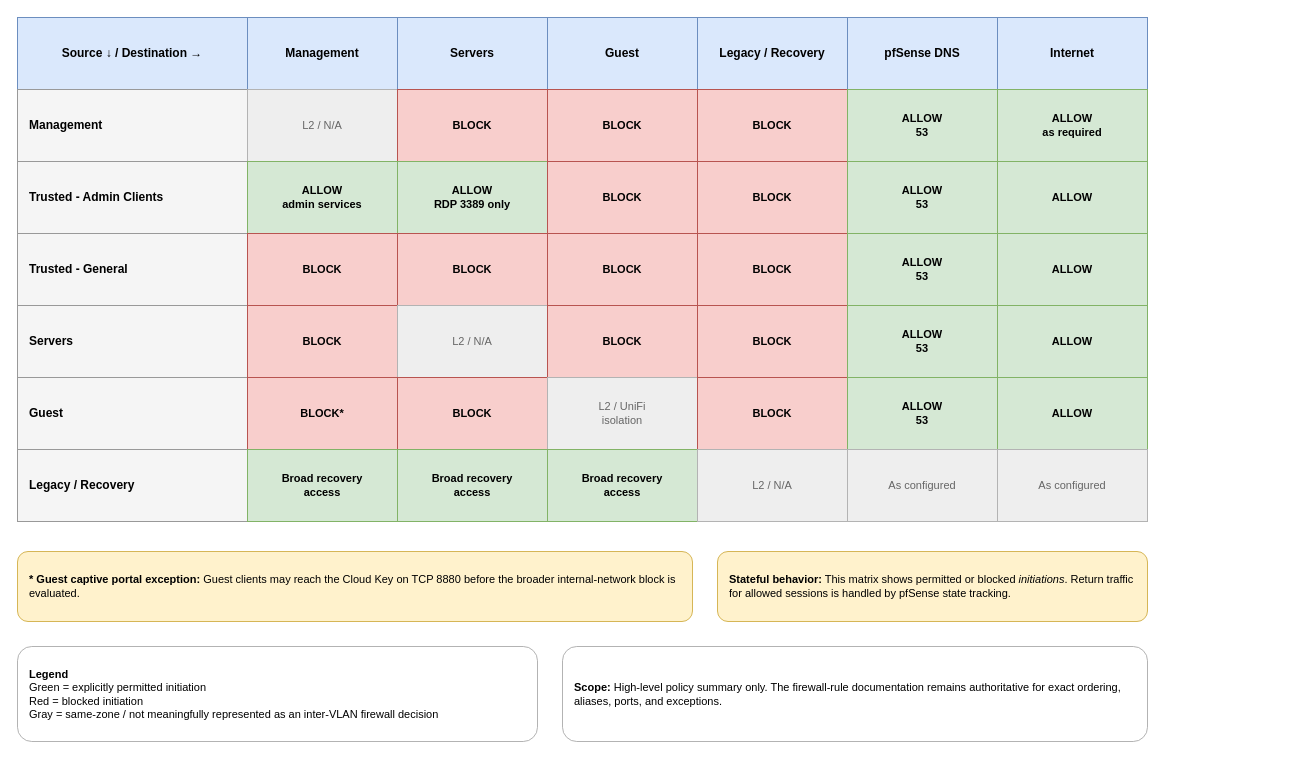
Above: diagrams/security-policy-matrix.drawio in t-corliss/home-network-lab (draw.io), before the change. Source tidied: cells renumbered, new cells numbered last; positions are measured from the earlier drawing's top-left corner, leaving out a move shared by most shapes. Both pictures are drawn from the tidied source at 100%, with x=0, y=0 at pixel (17, 17).
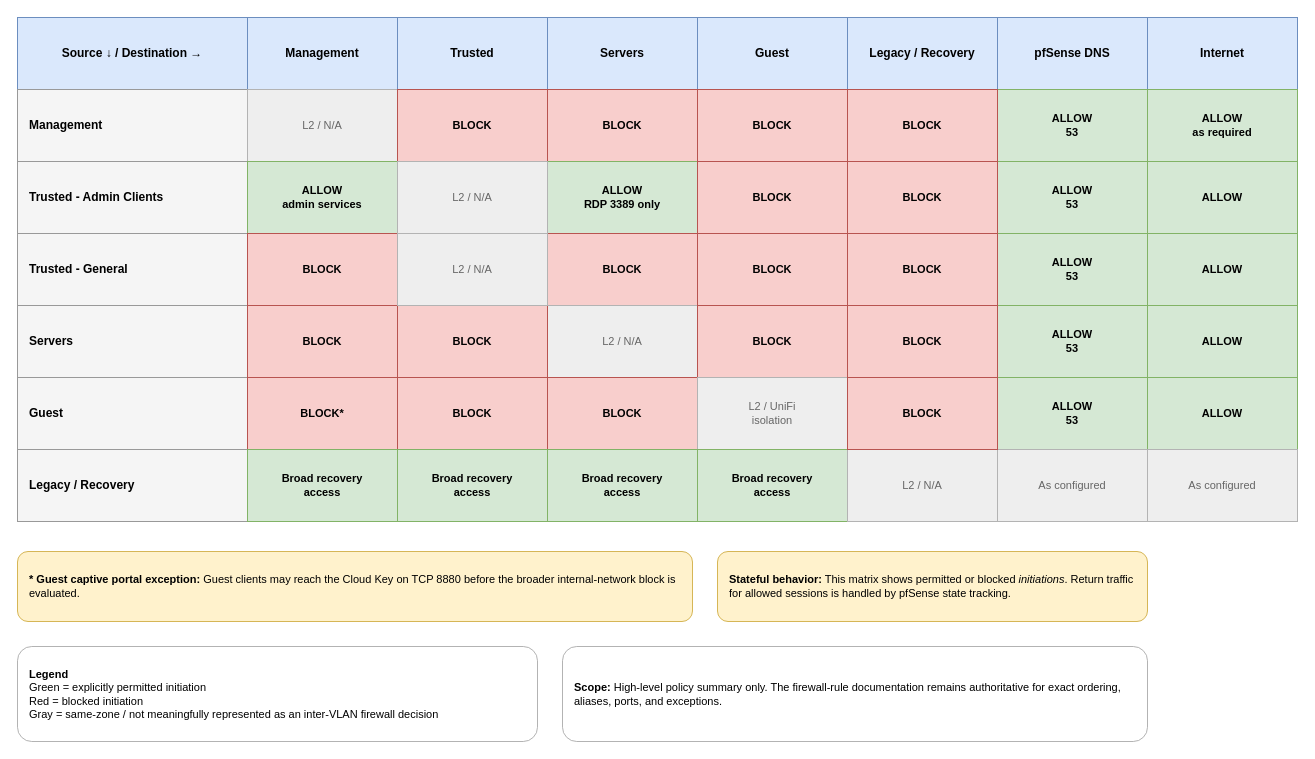
After the change.

Commit message (it also covers changes not shown here):
Correct security matrix

Change to the diagram source:
```diff
@@
     <mxCell id="4" value="Servers" style="rounded=0;whiteSpace=wrap;html=1;align=center;verticalAlign=middle;fontSize=12;fontStyle=1;strokeWidth=1;fillColor=#dae8fc;strokeColor=#6c8ebf;" parent="1" vertex="1">
-      <mxGeometry x="380" width="150" height="72" as="geometry" />
+      <mxGeometry x="530" width="150" height="72" as="geometry" />
     </mxCell>
     <mxCell id="5" value="Guest" style="rounded=0;whiteSpace=wrap;html=1;align=center;verticalAlign=middle;fontSize=12;fontStyle=1;strokeWidth=1;fillColor=#dae8fc;strokeColor=#6c8ebf;" parent="1" vertex="1">
-      <mxGeometry x="530" width="150" height="72" as="geometry" />
+      <mxGeometry x="680" width="150" height="72" as="geometry" />
     </mxCell>
     <mxCell id="6" value="Legacy / Recovery" style="rounded=0;whiteSpace=wrap;html=1;align=center;verticalAlign=middle;fontSize=12;fontStyle=1;strokeWidth=1;fillColor=#dae8fc;strokeColor=#6c8ebf;" parent="1" vertex="1">
-      <mxGeometry x="680" width="150" height="72" as="geometry" />
+      <mxGeometry x="830" width="150" height="72" as="geometry" />
     </mxCell>
     <mxCell id="7" value="pfSense DNS" style="rounded=0;whiteSpace=wrap;html=1;align=center;verticalAlign=middle;fontSize=12;fontStyle=1;strokeWidth=1;fillColor=#dae8fc;strokeColor=#6c8ebf;" parent="1" vertex="1">
-      <mxGeometry x="830" width="150" height="72" as="geometry" />
+      <mxGeometry x="980" width="150" height="72" as="geometry" />
     </mxCell>
-    <mxCell id="8" value="Internet" style="rounded=0;whiteSpace=wrap;html=1;align=center;verticalAlign=middle;fontSize=12;fontStyle=1;strokeWidth=1;fillColor=#dae8fc;strokeColor=#6c8ebf;" parent="1" vertex="1">
-      <mxGeometry x="980" width="150" height="72" as="geometry" />
+    <mxCell id="8" value="Trusted" style="rounded=0;whiteSpace=wrap;html=1;align=center;verticalAlign=middle;fontSize=12;fontStyle=1;strokeWidth=1;fillColor=#dae8fc;strokeColor=#6c8ebf;" parent="1" vertex="1">
+      <mxGeometry x="380" width="150" height="72" as="geometry" />
     </mxCell>
@@
     <mxCell id="11" value="BLOCK" style="rounded=0;whiteSpace=wrap;html=1;align=center;verticalAlign=middle;fontSize=11;fontStyle=1;strokeWidth=1;fillColor=#f8cecc;strokeColor=#b85450;" parent="1" vertex="1">
-      <mxGeometry x="380" y="72" width="150" height="72" as="geometry" />
+      <mxGeometry x="530" y="72" width="150" height="72" as="geometry" />
     </mxCell>
     <mxCell id="12" value="BLOCK" style="rounded=0;whiteSpace=wrap;html=1;align=center;verticalAlign=middle;fontSize=11;fontStyle=1;strokeWidth=1;fillColor=#f8cecc;strokeColor=#b85450;" parent="1" vertex="1">
-      <mxGeometry x="530" y="72" width="150" height="72" as="geometry" />
+      <mxGeometry x="680" y="72" width="150" height="72" as="geometry" />
     </mxCell>
     <mxCell id="13" value="BLOCK" style="rounded=0;whiteSpace=wrap;html=1;align=center;verticalAlign=middle;fontSize=11;fontStyle=1;strokeWidth=1;fillColor=#f8cecc;strokeColor=#b85450;" parent="1" vertex="1">
-      <mxGeometry x="680" y="72" width="150" height="72" as="geometry" />
+      <mxGeometry x="380" y="72" width="150" height="72" as="geometry" />
     </mxCell>
     <mxCell id="14" value="ALLOW&#10;53" style="rounded=0;whiteSpace=wrap;html=1;align=center;verticalAlign=middle;fontSize=11;fontStyle=1;strokeWidth=1;fillColor=#d5e8d4;strokeColor=#82b366;" parent="1" vertex="1">
-      <mxGeometry x="830" y="72" width="150" height="72" as="geometry" />
+      <mxGeometry x="980" y="72" width="150" height="72" as="geometry" />
     </mxCell>
-    <mxCell id="15" value="ALLOW&#10;as required" style="rounded=0;whiteSpace=wrap;html=1;align=center;verticalAlign=middle;fontSize=11;fontStyle=1;strokeWidth=1;fillColor=#d5e8d4;strokeColor=#82b366;" parent="1" vertex="1">
-      <mxGeometry x="980" y="72" width="150" height="72" as="geometry" />
-    </mxCell>
@@
     <mxCell id="18" value="ALLOW&#10;RDP 3389 only" style="rounded=0;whiteSpace=wrap;html=1;align=center;verticalAlign=middle;fontSize=11;fontStyle=1;strokeWidth=1;fillColor=#d5e8d4;strokeColor=#82b366;" parent="1" vertex="1">
-      <mxGeometry x="380" y="144" width="150" height="72" as="geometry" />
+      <mxGeometry x="530" y="144" width="150" height="72" as="geometry" />
     </mxCell>
     <mxCell id="19" value="BLOCK" style="rounded=0;whiteSpace=wrap;html=1;align=center;verticalAlign=middle;fontSize=11;fontStyle=1;strokeWidth=1;fillColor=#f8cecc;strokeColor=#b85450;" parent="1" vertex="1">
-      <mxGeometry x="530" y="144" width="150" height="72" as="geometry" />
+      <mxGeometry x="680" y="144" width="150" height="72" as="geometry" />
     </mxCell>
-    <mxCell id="20" value="BLOCK" style="rounded=0;whiteSpace=wrap;html=1;align=center;verticalAlign=middle;fontSize=11;fontStyle=1;strokeWidth=1;fillColor=#f8cecc;strokeColor=#b85450;" parent="1" vertex="1">
-      <mxGeometry x="680" y="144" width="150" height="72" as="geometry" />
-    </mxCell>
     <mxCell id="21" value="ALLOW&#10;53" style="rounded=0;whiteSpace=wrap;html=1;align=center;verticalAlign=middle;fontSize=11;fontStyle=1;strokeWidth=1;fillColor=#d5e8d4;strokeColor=#82b366;" parent="1" vertex="1">
-      <mxGeometry x="830" y="144" width="150" height="72" as="geometry" />
+      <mxGeometry x="980" y="144" width="150" height="72" as="geometry" />
     </mxCell>
-    <mxCell id="22" value="ALLOW" style="rounded=0;whiteSpace=wrap;html=1;align=center;verticalAlign=middle;fontSize=11;fontStyle=1;strokeWidth=1;fillColor=#d5e8d4;strokeColor=#82b366;" parent="1" vertex="1">
-      <mxGeometry x="980" y="144" width="150" height="72" as="geometry" />
-    </mxCell>
@@
     <mxCell id="25" value="BLOCK" style="rounded=0;whiteSpace=wrap;html=1;align=center;verticalAlign=middle;fontSize=11;fontStyle=1;strokeWidth=1;fillColor=#f8cecc;strokeColor=#b85450;" parent="1" vertex="1">
-      <mxGeometry x="380" y="216" width="150" height="72" as="geometry" />
+      <mxGeometry x="530" y="216" width="150" height="72" as="geometry" />
     </mxCell>
     <mxCell id="26" value="BLOCK" style="rounded=0;whiteSpace=wrap;html=1;align=center;verticalAlign=middle;fontSize=11;fontStyle=1;strokeWidth=1;fillColor=#f8cecc;strokeColor=#b85450;" parent="1" vertex="1">
-      <mxGeometry x="530" y="216" width="150" height="72" as="geometry" />
+      <mxGeometry x="680" y="216" width="150" height="72" as="geometry" />
     </mxCell>
-    <mxCell id="27" value="BLOCK" style="rounded=0;whiteSpace=wrap;html=1;align=center;verticalAlign=middle;fontSize=11;fontStyle=1;strokeWidth=1;fillColor=#f8cecc;strokeColor=#b85450;" parent="1" vertex="1">
-      <mxGeometry x="680" y="216" width="150" height="72" as="geometry" />
-    </mxCell>
     <mxCell id="28" value="ALLOW&#10;53" style="rounded=0;whiteSpace=wrap;html=1;align=center;verticalAlign=middle;fontSize=11;fontStyle=1;strokeWidth=1;fillColor=#d5e8d4;strokeColor=#82b366;" parent="1" vertex="1">
-      <mxGeometry x="830" y="216" width="150" height="72" as="geometry" />
+      <mxGeometry x="980" y="216" width="150" height="72" as="geometry" />
     </mxCell>
-    <mxCell id="29" value="ALLOW" style="rounded=0;whiteSpace=wrap;html=1;align=center;verticalAlign=middle;fontSize=11;fontStyle=1;strokeWidth=1;fillColor=#d5e8d4;strokeColor=#82b366;" parent="1" vertex="1">
-      <mxGeometry x="980" y="216" width="150" height="72" as="geometry" />
-    </mxCell>
@@
     <mxCell id="32" value="L2 / N/A" style="rounded=0;whiteSpace=wrap;html=1;align=center;verticalAlign=middle;fontSize=11;strokeWidth=1;fillColor=#eeeeee;strokeColor=#b3b3b3;fontColor=#666666;" parent="1" vertex="1">
-      <mxGeometry x="380" y="288" width="150" height="72" as="geometry" />
+      <mxGeometry x="530" y="288" width="150" height="72" as="geometry" />
     </mxCell>
     <mxCell id="33" value="BLOCK" style="rounded=0;whiteSpace=wrap;html=1;align=center;verticalAlign=middle;fontSize=11;fontStyle=1;strokeWidth=1;fillColor=#f8cecc;strokeColor=#b85450;" parent="1" vertex="1">
-      <mxGeometry x="530" y="288" width="150" height="72" as="geometry" />
+      <mxGeometry x="680" y="288" width="150" height="72" as="geometry" />
     </mxCell>
     <mxCell id="34" value="BLOCK" style="rounded=0;whiteSpace=wrap;html=1;align=center;verticalAlign=middle;fontSize=11;fontStyle=1;strokeWidth=1;fillColor=#f8cecc;strokeColor=#b85450;" parent="1" vertex="1">
-      <mxGeometry x="680" y="288" width="150" height="72" as="geometry" />
+      <mxGeometry x="380" y="288" width="150" height="72" as="geometry" />
     </mxCell>
     <mxCell id="35" value="ALLOW&#10;53" style="rounded=0;whiteSpace=wrap;html=1;align=center;verticalAlign=middle;fontSize=11;fontStyle=1;strokeWidth=1;fillColor=#d5e8d4;strokeColor=#82b366;" parent="1" vertex="1">
-      <mxGeometry x="830" y="288" width="150" height="72" as="geometry" />
+      <mxGeometry x="980" y="288" width="150" height="72" as="geometry" />
     </mxCell>
-    <mxCell id="36" value="ALLOW" style="rounded=0;whiteSpace=wrap;html=1;align=center;verticalAlign=middle;fontSize=11;fontStyle=1;strokeWidth=1;fillColor=#d5e8d4;strokeColor=#82b366;" parent="1" vertex="1">
-      <mxGeometry x="980" y="288" width="150" height="72" as="geometry" />
-    </mxCell>
@@
     <mxCell id="39" value="BLOCK" style="rounded=0;whiteSpace=wrap;html=1;align=center;verticalAlign=middle;fontSize=11;fontStyle=1;strokeWidth=1;fillColor=#f8cecc;strokeColor=#b85450;" parent="1" vertex="1">
-      <mxGeometry x="380" y="360" width="150" height="72" as="geometry" />
+      <mxGeometry x="530" y="360" width="150" height="72" as="geometry" />
     </mxCell>
     <mxCell id="40" value="L2 / UniFi&#10;isolation" style="rounded=0;whiteSpace=wrap;html=1;align=center;verticalAlign=middle;fontSize=11;strokeWidth=1;fillColor=#eeeeee;strokeColor=#b3b3b3;fontColor=#666666;" parent="1" vertex="1">
-      <mxGeometry x="530" y="360" width="150" height="72" as="geometry" />
+      <mxGeometry x="680" y="360" width="150" height="72" as="geometry" />
     </mxCell>
     <mxCell id="41" value="BLOCK" style="rounded=0;whiteSpace=wrap;html=1;align=center;verticalAlign=middle;fontSize=11;fontStyle=1;strokeWidth=1;fillColor=#f8cecc;strokeColor=#b85450;" parent="1" vertex="1">
-      <mxGeometry x="680" y="360" width="150" height="72" as="geometry" />
+      <mxGeometry x="380" y="360" width="150" height="72" as="geometry" />
     </mxCell>
     <mxCell id="42" value="ALLOW&#10;53" style="rounded=0;whiteSpace=wrap;html=1;align=center;verticalAlign=middle;fontSize=11;fontStyle=1;strokeWidth=1;fillColor=#d5e8d4;strokeColor=#82b366;" parent="1" vertex="1">
-      <mxGeometry x="830" y="360" width="150" height="72" as="geometry" />
+      <mxGeometry x="980" y="360" width="150" height="72" as="geometry" />
     </mxCell>
-    <mxCell id="43" value="ALLOW" style="rounded=0;whiteSpace=wrap;html=1;align=center;verticalAlign=middle;fontSize=11;fontStyle=1;strokeWidth=1;fillColor=#d5e8d4;strokeColor=#82b366;" parent="1" vertex="1">
-      <mxGeometry x="980" y="360" width="150" height="72" as="geometry" />
-    </mxCell>
@@
     <mxCell id="46" value="Broad recovery&#10;access" style="rounded=0;whiteSpace=wrap;html=1;align=center;verticalAlign=middle;fontSize=11;fontStyle=1;strokeWidth=1;fillColor=#d5e8d4;strokeColor=#82b366;" parent="1" vertex="1">
-      <mxGeometry x="380" y="432" width="150" height="72" as="geometry" />
+      <mxGeometry x="530" y="432" width="150" height="72" as="geometry" />
     </mxCell>
     <mxCell id="47" value="Broad recovery&#10;access" style="rounded=0;whiteSpace=wrap;html=1;align=center;verticalAlign=middle;fontSize=11;fontStyle=1;strokeWidth=1;fillColor=#d5e8d4;strokeColor=#82b366;" parent="1" vertex="1">
-      <mxGeometry x="530" y="432" width="150" height="72" as="geometry" />
+      <mxGeometry x="680" y="432" width="150" height="72" as="geometry" />
     </mxCell>
     <mxCell id="48" value="L2 / N/A" style="rounded=0;whiteSpace=wrap;html=1;align=center;verticalAlign=middle;fontSize=11;strokeWidth=1;fillColor=#eeeeee;strokeColor=#b3b3b3;fontColor=#666666;" parent="1" vertex="1">
-      <mxGeometry x="680" y="432" width="150" height="72" as="geometry" />
+      <mxGeometry x="830" y="432" width="150" height="72" as="geometry" />
     </mxCell>
-    <mxCell id="49" value="As configured" style="rounded=0;whiteSpace=wrap;html=1;align=center;verticalAlign=middle;fontSize=11;strokeWidth=1;fillColor=#eeeeee;strokeColor=#b3b3b3;fontColor=#666666;" parent="1" vertex="1">
-      <mxGeometry x="830" y="432" width="150" height="72" as="geometry" />
-    </mxCell>
@@
+    <mxCell id="55" value="Internet" style="rounded=0;whiteSpace=wrap;html=1;align=center;verticalAlign=middle;fontSize=12;fontStyle=1;strokeWidth=1;fillColor=#dae8fc;strokeColor=#6c8ebf;" parent="1" vertex="1">
+      <mxGeometry x="1130" width="150" height="72" as="geometry" />
+    </mxCell>
+    <mxCell id="15" value="ALLOW&#10;as required" style="rounded=0;whiteSpace=wrap;html=1;align=center;verticalAlign=middle;fontSize=11;fontStyle=1;strokeWidth=1;fillColor=#d5e8d4;strokeColor=#82b366;" parent="1" vertex="1">
+      <mxGeometry x="1130" y="72" width="150" height="72" as="geometry" />
+    </mxCell>
+    <mxCell id="56" value="ALLOW" style="rounded=0;whiteSpace=wrap;html=1;align=center;verticalAlign=middle;fontSize=11;fontStyle=1;strokeWidth=1;fillColor=#d5e8d4;strokeColor=#82b366;" parent="1" vertex="1">
+      <mxGeometry x="1130" y="144" width="150" height="72" as="geometry" />
+    </mxCell>
+    <mxCell id="57" value="ALLOW" style="rounded=0;whiteSpace=wrap;html=1;align=center;verticalAlign=middle;fontSize=11;fontStyle=1;strokeWidth=1;fillColor=#d5e8d4;strokeColor=#82b366;" parent="1" vertex="1">
+      <mxGeometry x="1130" y="216" width="150" height="72" as="geometry" />
+    </mxCell>
+    <mxCell id="58" value="ALLOW" style="rounded=0;whiteSpace=wrap;html=1;align=center;verticalAlign=middle;fontSize=11;fontStyle=1;strokeWidth=1;fillColor=#d5e8d4;strokeColor=#82b366;" parent="1" vertex="1">
+      <mxGeometry x="1130" y="288" width="150" height="72" as="geometry" />
+    </mxCell>
+    <mxCell id="59" value="ALLOW" style="rounded=0;whiteSpace=wrap;html=1;align=center;verticalAlign=middle;fontSize=11;fontStyle=1;strokeWidth=1;fillColor=#d5e8d4;strokeColor=#82b366;" parent="1" vertex="1">
+      <mxGeometry x="1130" y="360" width="150" height="72" as="geometry" />
+    </mxCell>
+    <mxCell id="49" value="As configured" style="rounded=0;whiteSpace=wrap;html=1;align=center;verticalAlign=middle;fontSize=11;strokeWidth=1;fillColor=#eeeeee;strokeColor=#b3b3b3;fontColor=#666666;" parent="1" vertex="1">
+      <mxGeometry x="1130" y="432" width="150" height="72" as="geometry" />
+    </mxCell>
+    <mxCell id="60" value="BLOCK" style="rounded=0;whiteSpace=wrap;html=1;align=center;verticalAlign=middle;fontSize=11;fontStyle=1;strokeWidth=1;fillColor=#f8cecc;strokeColor=#b85450;" parent="1" vertex="1">
+      <mxGeometry x="830" y="72" width="150" height="72" as="geometry" />
+    </mxCell>
+    <mxCell id="61" value="BLOCK" style="rounded=0;whiteSpace=wrap;html=1;align=center;verticalAlign=middle;fontSize=11;fontStyle=1;strokeWidth=1;fillColor=#f8cecc;strokeColor=#b85450;" parent="1" vertex="1">
+      <mxGeometry x="830" y="144" width="150" height="72" as="geometry" />
+    </mxCell>
+    <mxCell id="62" value="BLOCK" style="rounded=0;whiteSpace=wrap;html=1;align=center;verticalAlign=middle;fontSize=11;fontStyle=1;strokeWidth=1;fillColor=#f8cecc;strokeColor=#b85450;" parent="1" vertex="1">
+      <mxGeometry x="830" y="216" width="150" height="72" as="geometry" />
+    </mxCell>
+    <mxCell id="63" value="BLOCK" style="rounded=0;whiteSpace=wrap;html=1;align=center;verticalAlign=middle;fontSize=11;fontStyle=1;strokeWidth=1;fillColor=#f8cecc;strokeColor=#b85450;" parent="1" vertex="1">
+      <mxGeometry x="830" y="288" width="150" height="72" as="geometry" />
+    </mxCell>
+    <mxCell id="64" value="BLOCK" style="rounded=0;whiteSpace=wrap;html=1;align=center;verticalAlign=middle;fontSize=11;fontStyle=1;strokeWidth=1;fillColor=#f8cecc;strokeColor=#b85450;" parent="1" vertex="1">
+      <mxGeometry x="830" y="360" width="150" height="72" as="geometry" />
+    </mxCell>
+    <mxCell id="65" value="L2 / N/A" style="rounded=0;whiteSpace=wrap;html=1;align=center;verticalAlign=middle;fontSize=11;strokeWidth=1;fillColor=#eeeeee;strokeColor=#b3b3b3;fontColor=#666666;" parent="1" vertex="1">
+      <mxGeometry x="380" y="216" width="150" height="72" as="geometry" />
+    </mxCell>
+    <mxCell id="66" value="L2 / N/A" style="rounded=0;whiteSpace=wrap;html=1;align=center;verticalAlign=middle;fontSize=11;strokeWidth=1;fillColor=#eeeeee;strokeColor=#b3b3b3;fontColor=#666666;" parent="1" vertex="1">
+      <mxGeometry x="380" y="144" width="150" height="72" as="geometry" />
+    </mxCell>
+    <mxCell id="67" value="Broad recovery&#10;access" style="rounded=0;whiteSpace=wrap;html=1;align=center;verticalAlign=middle;fontSize=11;fontStyle=1;strokeWidth=1;fillColor=#d5e8d4;strokeColor=#82b366;" parent="1" vertex="1">
+      <mxGeometry x="380" y="432" width="150" height="72" as="geometry" />
+    </mxCell>
```
